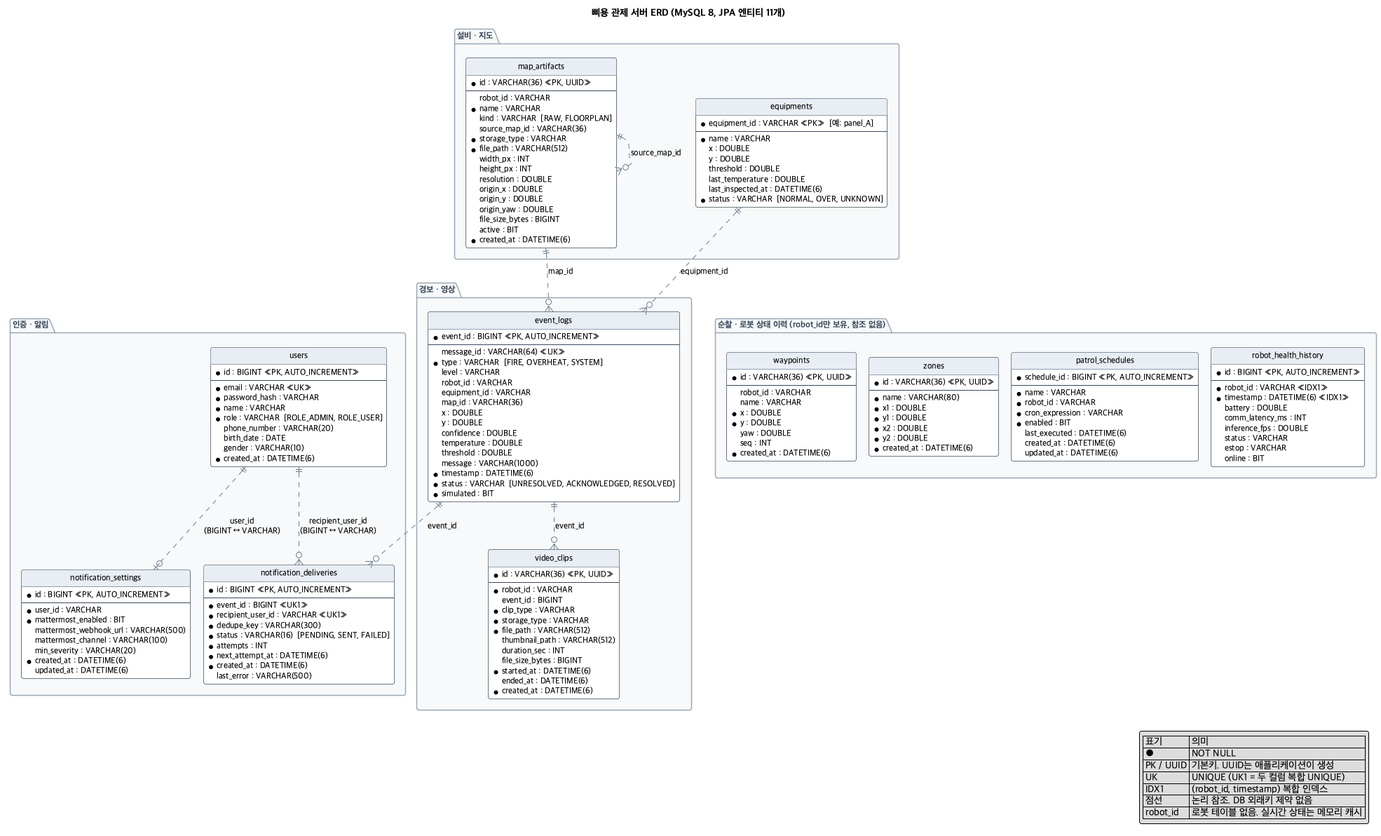
This is docs/erd/bbiyong-erd.png from jinsung-mo/-BBIYONG-autonomous_driving_factory_patrol_robot, a PlantUML export, as it was before one commit. Source of this version:
```plantuml
@startuml bbiyong-erd
!pragma layout smetana

title 삐용 관제 서버 ERD (MySQL 8, JPA 엔티티 11개)

skinparam linetype ortho
skinparam shadowing false
skinparam defaultFontName "Apple SD Gothic Neo"
skinparam defaultFontSize 12
skinparam roundcorner 6
skinparam class {
  BackgroundColor #FFFFFF
  BorderColor #3B4A5A
  ArrowColor #6B7B8C
  HeaderBackgroundColor #E8EEF4
}
skinparam package {
  BorderColor #9AA8B6
  BackgroundColor #F7F9FB
  FontColor #3B4A5A
}
hide circle
hide methods

package "경보 · 영상" {
  entity "event_logs" as event_logs {
    * event_id : BIGINT <<PK, AUTO_INCREMENT>>
    --
    message_id : VARCHAR(64) <<UK>>
    * type : VARCHAR  [FIRE, OVERHEAT, SYSTEM]
    level : VARCHAR
    robot_id : VARCHAR
    equipment_id : VARCHAR
    map_id : VARCHAR(36)
    x : DOUBLE
    y : DOUBLE
    confidence : DOUBLE
    temperature : DOUBLE
    threshold : DOUBLE
    message : VARCHAR(1000)
    * timestamp : DATETIME(6)
    * status : VARCHAR  [UNRESOLVED, ACKNOWLEDGED, RESOLVED]
    * simulated : BIT
  }

  entity "video_clips" as video_clips {
    * id : VARCHAR(36) <<PK, UUID>>
    --
    * robot_id : VARCHAR
    event_id : BIGINT
    * clip_type : VARCHAR
    * storage_type : VARCHAR
    * file_path : VARCHAR(512)
    thumbnail_path : VARCHAR(512)
    duration_sec : INT
    file_size_bytes : BIGINT
    * started_at : DATETIME(6)
    ended_at : DATETIME(6)
    * created_at : DATETIME(6)
  }
}

package "인증 · 알림" {
  entity "users" as users {
    * id : BIGINT <<PK, AUTO_INCREMENT>>
    --
    * email : VARCHAR <<UK>>
    * password_hash : VARCHAR
    * name : VARCHAR
    * role : VARCHAR  [ROLE_ADMIN, ROLE_USER]
    phone_number : VARCHAR(20)
    birth_date : DATE
    gender : VARCHAR(10)
    * created_at : DATETIME(6)
  }

  entity "notification_settings" as notification_settings {
    * id : BIGINT <<PK, AUTO_INCREMENT>>
    --
    * user_id : VARCHAR
    * mattermost_enabled : BIT
    mattermost_webhook_url : VARCHAR(500)
    mattermost_channel : VARCHAR(100)
    min_severity : VARCHAR(20)
    * created_at : DATETIME(6)
    updated_at : DATETIME(6)
  }

  entity "notification_deliveries" as notification_deliveries {
    * id : BIGINT <<PK, AUTO_INCREMENT>>
    --
    * event_id : BIGINT <<UK1>>
    * recipient_user_id : VARCHAR <<UK1>>
    * dedupe_key : VARCHAR(300)
    * status : VARCHAR(16)  [PENDING, SENT, FAILED]
    * attempts : INT
    * next_attempt_at : DATETIME(6)
    * created_at : DATETIME(6)
    last_error : VARCHAR(500)
  }
}

package "설비 · 지도" {
  entity "equipments" as equipments {
    * equipment_id : VARCHAR <<PK>>  [예: panel_A]
    --
    * name : VARCHAR
    x : DOUBLE
    y : DOUBLE
    threshold : DOUBLE
    last_temperature : DOUBLE
    last_inspected_at : DATETIME(6)
    * status : VARCHAR  [NORMAL, OVER, UNKNOWN]
  }

  entity "map_artifacts" as map_artifacts {
    * id : VARCHAR(36) <<PK, UUID>>
    --
    robot_id : VARCHAR
    * name : VARCHAR
    kind : VARCHAR  [RAW, FLOORPLAN]
    source_map_id : VARCHAR(36)
    * storage_type : VARCHAR
    * file_path : VARCHAR(512)
    width_px : INT
    height_px : INT
    resolution : DOUBLE
    origin_x : DOUBLE
    origin_y : DOUBLE
    origin_yaw : DOUBLE
    file_size_bytes : BIGINT
    active : BIT
    * created_at : DATETIME(6)
  }
}

package "순찰 · 로봇 상태 이력 (robot_id만 보유, 참조 없음)" {
  entity "waypoints" as waypoints {
    * id : VARCHAR(36) <<PK, UUID>>
    --
    robot_id : VARCHAR
    name : VARCHAR
    * x : DOUBLE
    * y : DOUBLE
    yaw : DOUBLE
    seq : INT
    * created_at : DATETIME(6)
  }

  entity "zones" as zones {
    * id : VARCHAR(36) <<PK, UUID>>
    --
    * name : VARCHAR(80)
    * x1 : DOUBLE
    * y1 : DOUBLE
    * x2 : DOUBLE
    * y2 : DOUBLE
    * created_at : DATETIME(6)
  }

  entity "patrol_schedules" as patrol_schedules {
    * schedule_id : BIGINT <<PK, AUTO_INCREMENT>>
    --
    * name : VARCHAR
    * robot_id : VARCHAR
    * cron_expression : VARCHAR
    * enabled : BIT
    last_executed : DATETIME(6)
    created_at : DATETIME(6)
    updated_at : DATETIME(6)
  }

  entity "robot_health_history" as robot_health_history {
    * id : BIGINT <<PK, AUTO_INCREMENT>>
    --
    * robot_id : VARCHAR <<IDX1>>
    * timestamp : DATETIME(6) <<IDX1>>
    battery : DOUBLE
    comm_latency_ms : INT
    inference_fps : DOUBLE
    status : VARCHAR
    estop : VARCHAR
    online : BIT
  }
}

users -[hidden]right- event_logs
equipments -[hidden]down- waypoints
waypoints -[hidden]right- zones
zones -[hidden]right- patrol_schedules
patrol_schedules -[hidden]right- robot_health_history

event_logs ||..o{ video_clips : "event_id"
event_logs ||..o{ notification_deliveries : "event_id"
users ||..o{ notification_deliveries : "recipient_user_id\n(BIGINT ↔ VARCHAR)"
users ||..o| notification_settings : "user_id\n(BIGINT ↔ VARCHAR)"
equipments ||..o{ event_logs : "equipment_id"
map_artifacts ||..o{ event_logs : "map_id"
map_artifacts ||..o{ map_artifacts : "source_map_id"

legend right
  | 표기 | 의미 |
  | ● | NOT NULL |
  | PK / UUID | 기본키. UUID는 애플리케이션이 생성 |
  | UK | UNIQUE (UK1 = 두 컬럼 복합 UNIQUE) |
  | IDX1 | (robot_id, timestamp) 복합 인덱스 |
  | 점선 | 논리 참조. DB 외래키 제약 없음 |
  | robot_id | 로봇 테이블 없음. 실시간 상태는 메모리 캐시 |
endlegend

@enduml
```
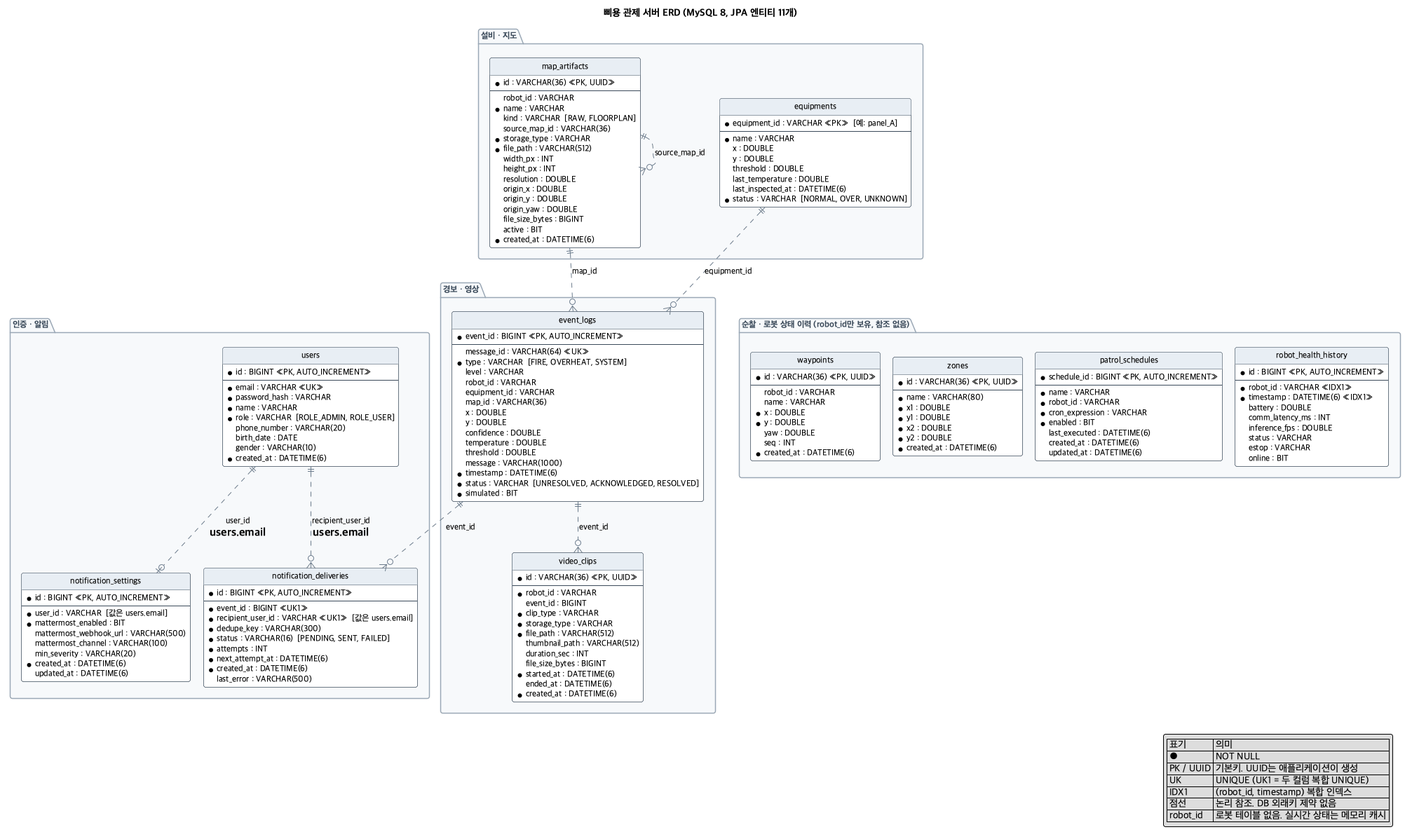
Later version of the same file.

Commit message:
docs: correct user reference description in ERD

Diff of the diagram source:
```diff
@@ -77,7 +77,7 @@
   entity "notification_settings" as notification_settings {
     * id : BIGINT <<PK, AUTO_INCREMENT>>
     --
-    * user_id : VARCHAR
+    * user_id : VARCHAR  [값은 users.email]
     * mattermost_enabled : BIT
     mattermost_webhook_url : VARCHAR(500)
     mattermost_channel : VARCHAR(100)
@@ -90,7 +90,7 @@
     * id : BIGINT <<PK, AUTO_INCREMENT>>
     --
     * event_id : BIGINT <<UK1>>
-    * recipient_user_id : VARCHAR <<UK1>>
+    * recipient_user_id : VARCHAR <<UK1>>  [값은 users.email]
     * dedupe_key : VARCHAR(300)
     * status : VARCHAR(16)  [PENDING, SENT, FAILED]
     * attempts : INT
@@ -192,8 +192,8 @@
 
 event_logs ||..o{ video_clips : "event_id"
 event_logs ||..o{ notification_deliveries : "event_id"
-users ||..o{ notification_deliveries : "recipient_user_id\n(BIGINT ↔ VARCHAR)"
-users ||..o| notification_settings : "user_id\n(BIGINT ↔ VARCHAR)"
+users ||..o{ notification_deliveries : "recipient_user_id\n= users.email"
+users ||..o| notification_settings : "user_id\n= users.email"
 equipments ||..o{ event_logs : "equipment_id"
 map_artifacts ||..o{ event_logs : "map_id"
 map_artifacts ||..o{ map_artifacts : "source_map_id"
```
